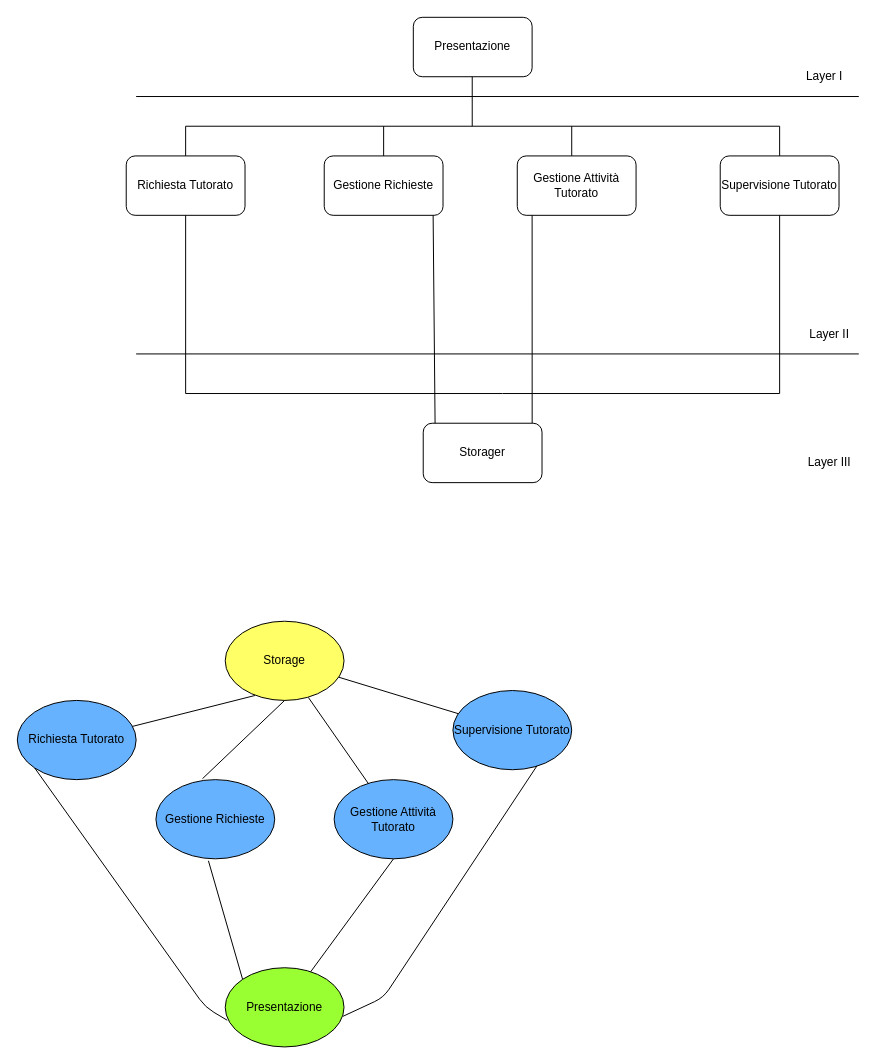
Yeshlol/TutoratoSmart keeps this draw.io diagram as Documentazione/5 - TEST/Materiali/Integration Test/Integration Testing.drawio. Above is the earlier version. Source tidied: cells renumbered, new cells numbered last; positions are measured from the earlier drawing's top-left corner, leaving out a move shared by most shapes. Both pictures are drawn from the tidied source at 99%, with x=0, y=0 at pixel (17, 17).
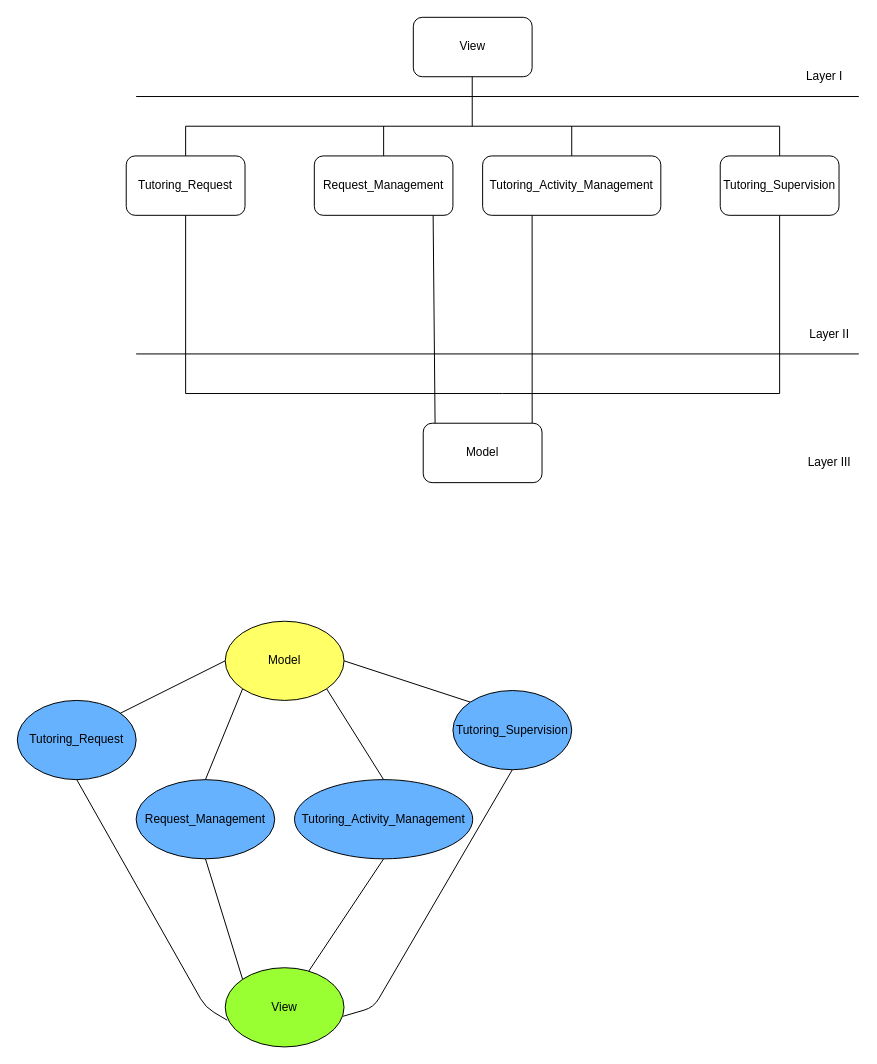
Above is the later version.

Change to the diagram source:
```diff
@@
-    <mxCell id="2" value="Presentazione" style="rounded=1;whiteSpace=wrap;html=1;" parent="1" vertex="1">
+    <mxCell id="2" value="View" style="rounded=1;whiteSpace=wrap;html=1;" parent="1" vertex="1">
       <mxGeometry x="400" width="120" height="60" as="geometry" />
     </mxCell>
@@
-    <mxCell id="8" value="Richiesta Tutorato" style="rounded=1;whiteSpace=wrap;html=1;" parent="1" vertex="1">
+    <mxCell id="8" value="Tutoring_Request" style="rounded=1;whiteSpace=wrap;html=1;" parent="1" vertex="1">
       <mxGeometry x="110" y="140" width="120" height="60" as="geometry" />
     </mxCell>
@@
-    <mxCell id="10" value="Gestione Richieste" style="rounded=1;whiteSpace=wrap;html=1;" parent="1" vertex="1">
-      <mxGeometry x="310" y="140" width="120" height="60" as="geometry" />
+    <mxCell id="10" value="Request_Management" style="rounded=1;whiteSpace=wrap;html=1;" parent="1" vertex="1">
+      <mxGeometry x="300" y="140" width="140" height="60" as="geometry" />
     </mxCell>
@@
-    <mxCell id="12" value="Gestione Attività Tutorato" style="rounded=1;whiteSpace=wrap;html=1;" parent="1" vertex="1">
-      <mxGeometry x="505" y="140" width="120" height="60" as="geometry" />
+    <mxCell id="12" value="Tutoring_Activity_Management" style="rounded=1;whiteSpace=wrap;html=1;" parent="1" vertex="1">
+      <mxGeometry x="470" y="140" width="180" height="60" as="geometry" />
     </mxCell>
@@
-    <mxCell id="14" value="Supervisione Tutorato" style="rounded=1;whiteSpace=wrap;html=1;" parent="1" vertex="1">
+    <mxCell id="14" value="Tutoring_Supervision" style="rounded=1;whiteSpace=wrap;html=1;" parent="1" vertex="1">
       <mxGeometry x="710" y="140" width="120" height="60" as="geometry" />
     </mxCell>
@@
-    <mxCell id="23" value="Storager" style="rounded=1;whiteSpace=wrap;html=1;" parent="1" vertex="1">
+    <mxCell id="23" value="Model" style="rounded=1;whiteSpace=wrap;html=1;" parent="1" vertex="1">
       <mxGeometry x="410" y="410" width="120" height="60" as="geometry" />
     </mxCell>
@@
-    <mxCell id="25" value="Storage" style="ellipse;whiteSpace=wrap;html=1;fillColor=#FFFF66;" parent="1" vertex="1">
+    <mxCell id="25" value="Model" style="ellipse;whiteSpace=wrap;html=1;fillColor=#FFFF66;" parent="1" vertex="1">
       <mxGeometry x="210" y="610" width="120" height="80" as="geometry" />
     </mxCell>
-    <mxCell id="26" style="endArrow=none;html=1;exitX=0.25;exitY=0.938;exitDx=0;exitDy=0;exitPerimeter=0;" parent="1" edge="1" source="25" target="27">
-      <mxGeometry relative="1" as="geometry" />
+    <mxCell id="26" style="endArrow=none;html=1;exitX=0;exitY=0.5;exitDx=0;exitDy=0;" parent="1" edge="1" source="25">
+      <mxGeometry relative="1" as="geometry">
+        <mxPoint x="100" y="705" as="targetPoint" />
+      </mxGeometry>
     </mxCell>
-    <mxCell id="27" value="Richiesta Tutorato" style="ellipse;whiteSpace=wrap;html=1;fillColor=#66B2FF;" parent="1" vertex="1">
+    <mxCell id="27" value="Tutoring_Request" style="ellipse;whiteSpace=wrap;html=1;fillColor=#66B2FF;" parent="1" vertex="1">
       <mxGeometry y="690" width="120" height="80" as="geometry" />
     </mxCell>
-    <mxCell id="28" style="endArrow=none;html=1;" parent="1" edge="1" source="25" target="29">
+    <mxCell id="28" style="endArrow=none;html=1;exitX=1;exitY=0.5;exitDx=0;exitDy=0;entryX=0;entryY=0;entryDx=0;entryDy=0;" parent="1" edge="1" source="25" target="29">
       <mxGeometry relative="1" as="geometry" />
     </mxCell>
-    <mxCell id="29" value="Supervisione Tutorato" style="ellipse;whiteSpace=wrap;html=1;fillColor=#66B2FF;" parent="1" vertex="1">
+    <mxCell id="29" value="Tutoring_Supervision" style="ellipse;whiteSpace=wrap;html=1;fillColor=#66B2FF;" parent="1" vertex="1">
       <mxGeometry x="440" y="680" width="120" height="80" as="geometry" />
     </mxCell>
-    <mxCell id="30" value="Gestione Richieste" style="ellipse;whiteSpace=wrap;html=1;fillColor=#66B2FF;" parent="1" vertex="1">
-      <mxGeometry x="140" y="770" width="120" height="80" as="geometry" />
+    <mxCell id="30" value="Request_Management" style="ellipse;whiteSpace=wrap;html=1;fillColor=#66B2FF;" parent="1" vertex="1">
+      <mxGeometry x="120" y="770" width="140" height="80" as="geometry" />
     </mxCell>
-    <mxCell id="31" value="Gestione Attività Tutorato" style="ellipse;whiteSpace=wrap;html=1;fillColor=#66B2FF;" parent="1" vertex="1">
-      <mxGeometry x="320" y="770" width="120" height="80" as="geometry" />
+    <mxCell id="31" value="Tutoring_Activity_Management" style="ellipse;whiteSpace=wrap;html=1;fillColor=#66B2FF;" parent="1" vertex="1">
+      <mxGeometry x="280" y="770" width="180" height="80" as="geometry" />
     </mxCell>
-    <mxCell id="32" value="Presentazione" style="ellipse;whiteSpace=wrap;html=1;fillColor=#99FF33;" parent="1" vertex="1">
+    <mxCell id="32" value="View" style="ellipse;whiteSpace=wrap;html=1;fillColor=#99FF33;" parent="1" vertex="1">
       <mxGeometry x="210" y="960" width="120" height="80" as="geometry" />
     </mxCell>
@@
-    <mxCell id="34" style="endArrow=none;html=1;entryX=0;entryY=1;entryDx=0;entryDy=0;exitX=0.017;exitY=0.663;exitDx=0;exitDy=0;exitPerimeter=0;" parent="1" edge="1" source="32" target="27">
+    <mxCell id="34" style="endArrow=none;html=1;entryX=0.5;entryY=1;entryDx=0;entryDy=0;exitX=0.017;exitY=0.663;exitDx=0;exitDy=0;exitPerimeter=0;" parent="1" edge="1" source="32" target="27">
       <mxGeometry relative="1" as="geometry">
         <Array as="points">
           <mxPoint x="190" y="1000" />
         </Array>
       </mxGeometry>
     </mxCell>
-    <mxCell id="35" style="endArrow=none;html=1;exitX=0.392;exitY=-0.012;exitDx=0;exitDy=0;exitPerimeter=0;" parent="1" edge="1" source="30">
-      <mxGeometry relative="1" as="geometry">
-        <mxPoint x="270" y="690" as="targetPoint" />
-      </mxGeometry>
+    <mxCell id="35" style="endArrow=none;html=1;exitX=0.5;exitY=0;exitDx=0;exitDy=0;entryX=0;entryY=1;entryDx=0;entryDy=0;" parent="1" edge="1" source="30" target="25">
+      <mxGeometry relative="1" as="geometry" />
     </mxCell>
-    <mxCell id="36" style="endArrow=none;html=1;entryX=0.442;entryY=1.025;entryDx=0;entryDy=0;entryPerimeter=0;exitX=0;exitY=0;exitDx=0;exitDy=0;" parent="1" edge="1" source="32" target="30">
+    <mxCell id="36" style="endArrow=none;html=1;entryX=0.5;entryY=1;entryDx=0;entryDy=0;exitX=0;exitY=0;exitDx=0;exitDy=0;" parent="1" edge="1" source="32" target="30">
       <mxGeometry relative="1" as="geometry" />
     </mxCell>
-    <mxCell id="37" style="endArrow=none;html=1;entryX=0.708;entryY=0.95;entryDx=0;entryDy=0;entryPerimeter=0;exitX=0.992;exitY=0.613;exitDx=0;exitDy=0;exitPerimeter=0;" parent="1" edge="1" source="32" target="29">
+    <mxCell id="37" style="endArrow=none;html=1;entryX=0.5;entryY=1;entryDx=0;entryDy=0;exitX=0.992;exitY=0.613;exitDx=0;exitDy=0;exitPerimeter=0;" parent="1" edge="1" source="32" target="29">
       <mxGeometry relative="1" as="geometry">
         <Array as="points">
-          <mxPoint x="370" y="990" />
+          <mxPoint x="360" y="1000" />
         </Array>
       </mxGeometry>
     </mxCell>
-    <mxCell id="38" style="endArrow=none;html=1;entryX=0.7;entryY=0.963;entryDx=0;entryDy=0;entryPerimeter=0;" parent="1" edge="1" source="31" target="25">
+    <mxCell id="38" style="endArrow=none;html=1;entryX=1;entryY=1;entryDx=0;entryDy=0;exitX=0.5;exitY=0;exitDx=0;exitDy=0;" parent="1" edge="1" source="31" target="25">
       <mxGeometry relative="1" as="geometry" />
     </mxCell>
```
